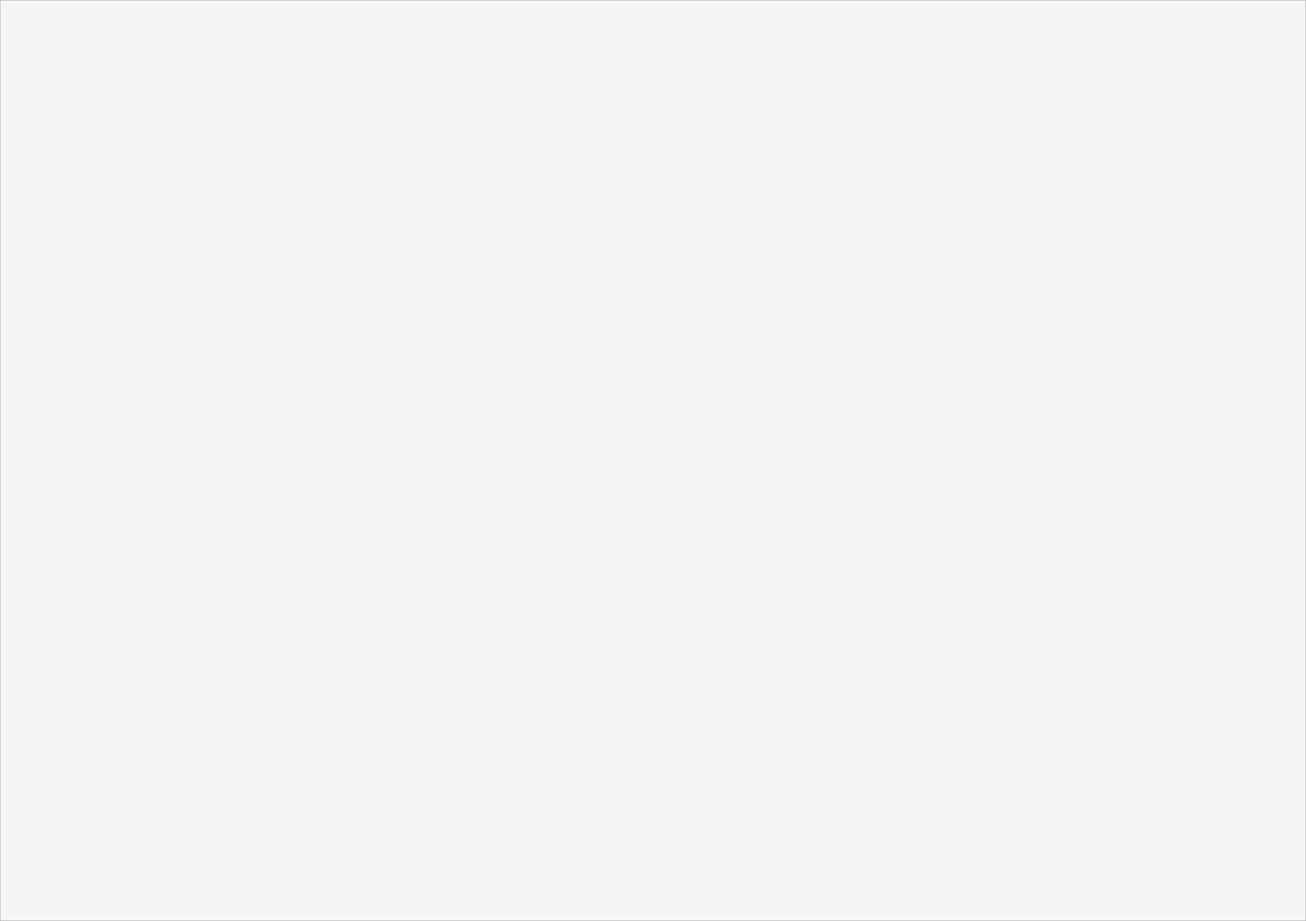
Earlier version of the draw.io export Test case 1/Untitled Diagram.drawio.svg (MaduraJ/Network-traffic-data-Visualization-tool-for-pfsense). Source tidied: cells renumbered, new cells last; positions are measured from the earlier drawing's top-left corner, leaving out a move shared by most shapes. The source it was exported from:
```xml
<mxGraphModel>
  <root>
    <mxCell id="0" />
    <mxCell id="1" parent="0" />
    <mxCell id="2" style="rounded=0;whiteSpace=wrap;html=1;sketch=0;fontSize=48;fillColor=#f5f5f5;fontColor=#333333;strokeColor=#666666;" parent="1" vertex="1">
      <mxGeometry width="4680" height="3300" as="geometry" />
    </mxCell>
  </root>
</mxGraphModel>
```
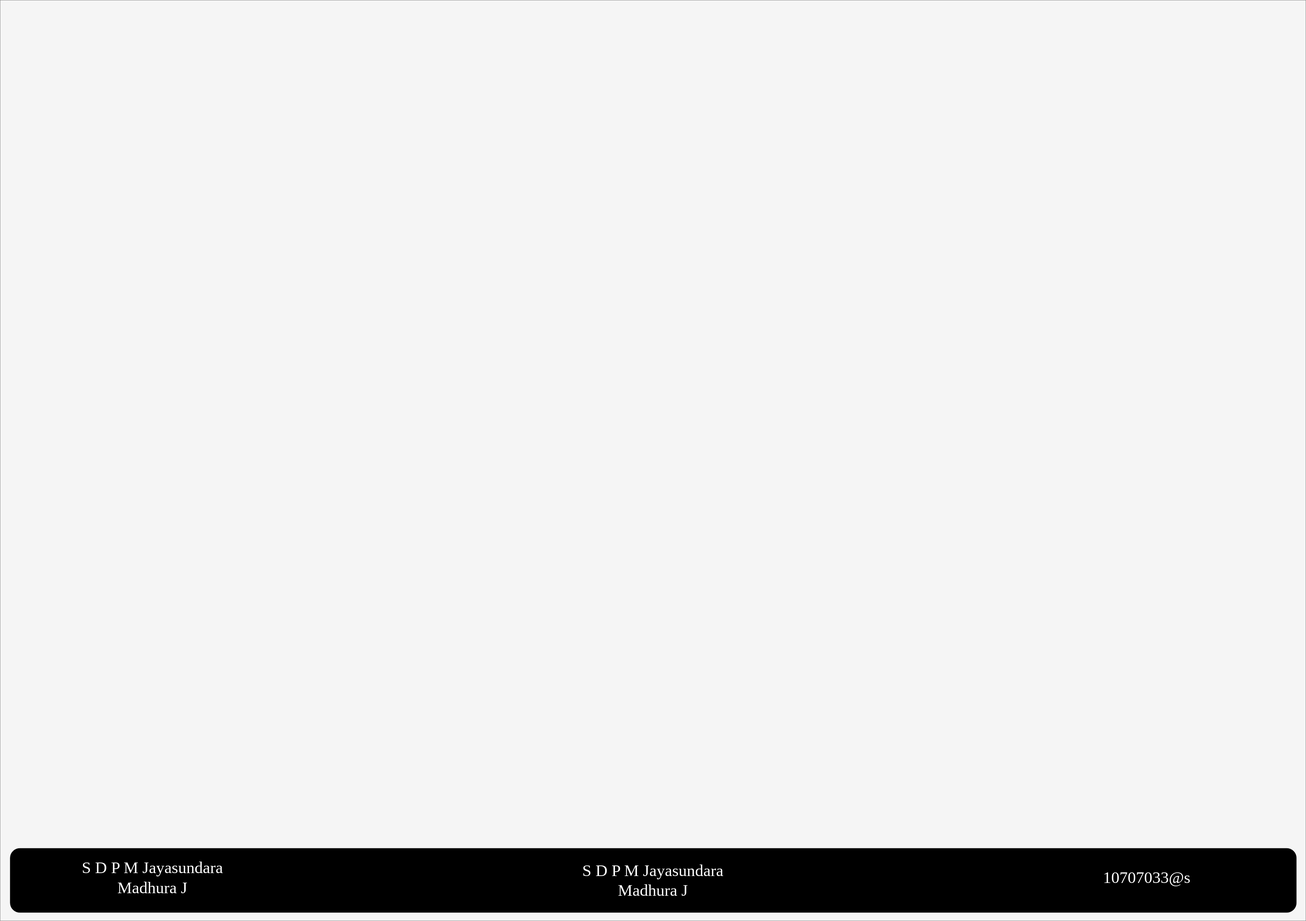
The same file after the commit.

Change to the diagram source:
```diff
@@ -5,5 +5,17 @@
     <mxCell id="2" style="rounded=0;whiteSpace=wrap;html=1;sketch=0;fontSize=48;fillColor=#f5f5f5;fontColor=#333333;strokeColor=#666666;" parent="1" vertex="1">
       <mxGeometry width="4680" height="3300" as="geometry" />
     </mxCell>
+    <mxCell id="3" style="rounded=1;whiteSpace=wrap;html=1;fillColor=#000000;" parent="1" vertex="1">
+      <mxGeometry x="36" y="3040" width="4610" height="230" as="geometry" />
+    </mxCell>
+    <mxCell id="4" value="&lt;div&gt;S D P M Jayasundara&lt;/div&gt;&lt;div&gt;Madhura J&lt;br&gt;&lt;/div&gt;" style="text;html=1;strokeColor=none;fillColor=none;align=center;verticalAlign=middle;whiteSpace=wrap;rounded=0;fontFamily=Times New Roman;fontSize=59;fontColor=#FFFFFF;horizontal=1;" parent="1" vertex="1">
+      <mxGeometry x="36" y="3030" width="1020" height="230" as="geometry" />
+    </mxCell>
+    <mxCell id="5" value="&lt;div&gt;S D P M Jayasundara&lt;/div&gt;&lt;div&gt;Madhura J&lt;br&gt;&lt;/div&gt;" style="text;html=1;strokeColor=none;fillColor=none;align=center;verticalAlign=middle;whiteSpace=wrap;rounded=0;fontFamily=Times New Roman;fontSize=59;fontColor=#FFFFFF;horizontal=1;" parent="1" vertex="1">
+      <mxGeometry x="1830" y="3040" width="1020" height="230" as="geometry" />
+    </mxCell>
+    <mxCell id="6" value="10707033@s" style="text;html=1;strokeColor=none;fillColor=none;align=center;verticalAlign=middle;whiteSpace=wrap;rounded=0;fontFamily=Times New Roman;fontSize=59;fontColor=#FFFFFF;horizontal=1;" parent="1" vertex="1">
+      <mxGeometry x="3600" y="3030" width="1020" height="230" as="geometry" />
+    </mxCell>
   </root>
 </mxGraphModel>
```
